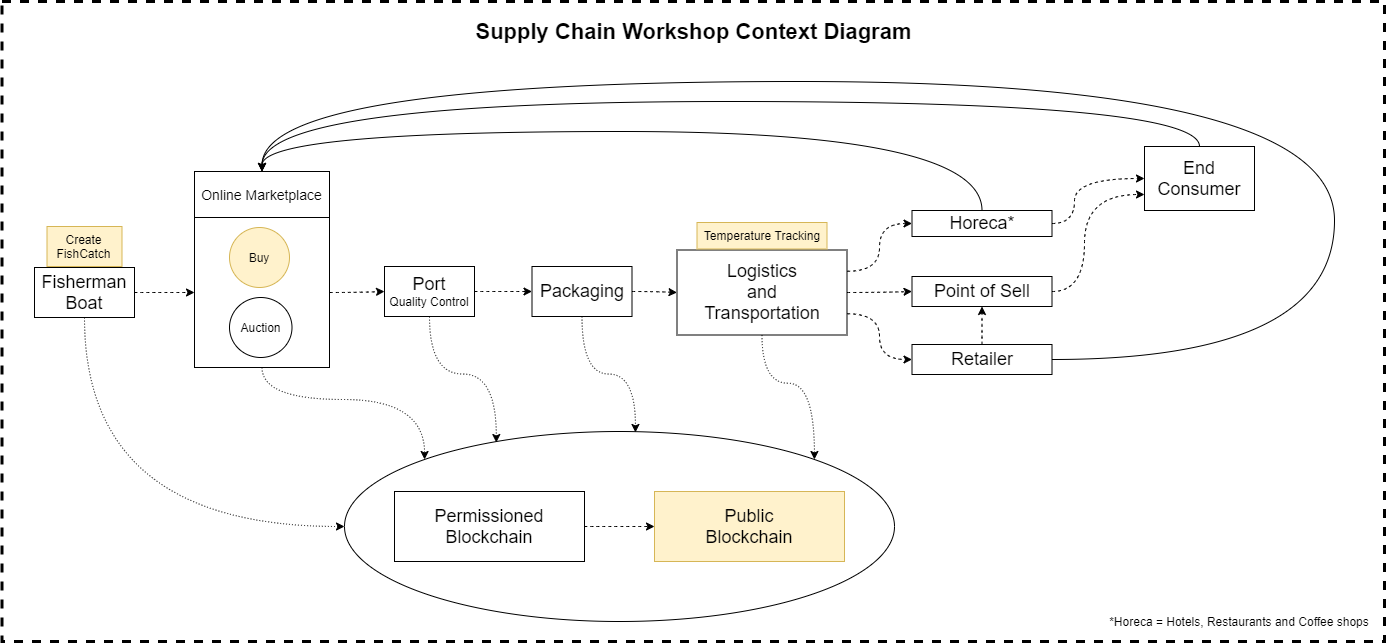
The draw.io diagram docs/SupplyChain Workshop Diagram.png in Bitcliq-Technologies/supplyChainETH-workshop, before a commit. Source tidied: cells renumbered, new cells last; positions are measured from the earlier drawing's top-left corner, leaving out a move shared by most shapes.
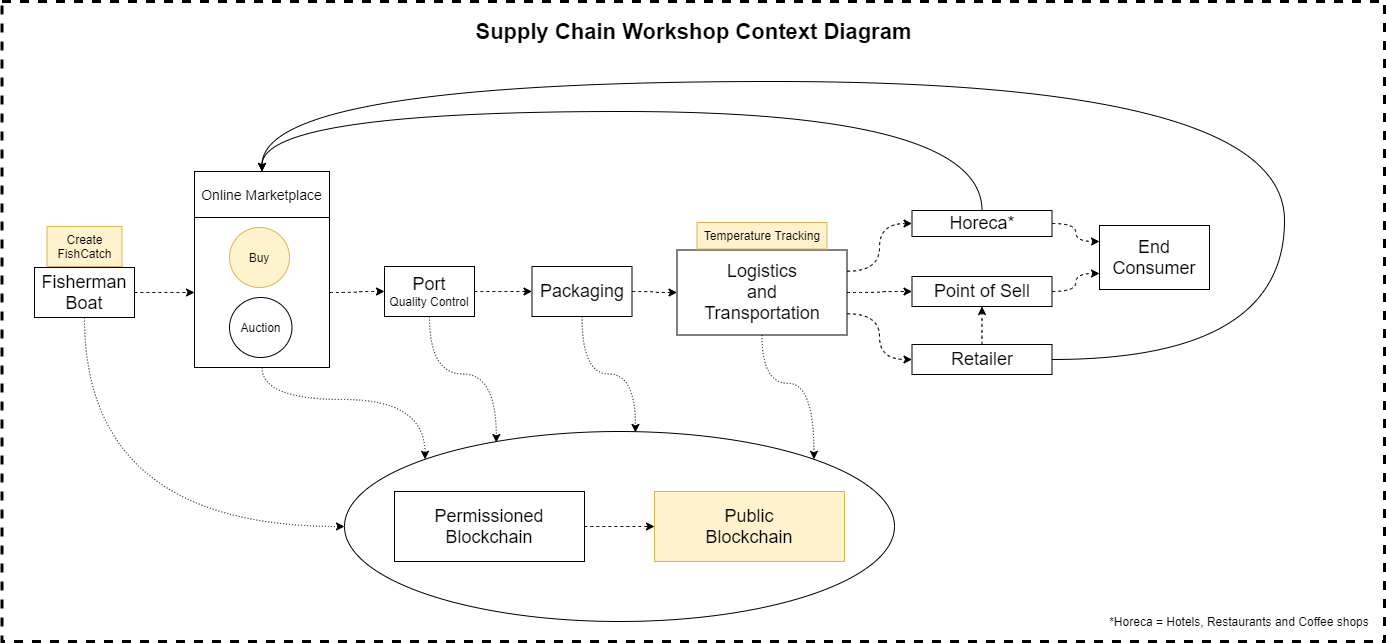
The same diagram one commit later.

Change to the diagram source:
```diff
@@ -65,32 +65,22 @@
     <mxCell id="22" value="&lt;font&gt;&lt;font style=&quot;font-size: 18px&quot;&gt;Logistics&lt;br&gt;and&lt;br&gt;Transportation&lt;/font&gt;&lt;br&gt;&lt;/font&gt;" style="rounded=0;whiteSpace=wrap;html=1;" parent="1" vertex="1">
       <mxGeometry x="674.5" y="248.5" width="170" height="85" as="geometry" />
     </mxCell>
+    <mxCell id="24" style="edgeStyle=orthogonalEdgeStyle;curved=1;rounded=0;jettySize=auto;html=1;exitX=0.5;exitY=0;exitDx=0;exitDy=0;entryX=0.5;entryY=0;entryDx=0;entryDy=0;" parent="1" edge="1" source="25" target="14">
+      <mxGeometry relative="1" as="geometry">
+        <Array as="points">
+          <mxPoint x="980" y="110" />
+          <mxPoint x="260" y="110" />
+        </Array>
+      </mxGeometry>
+    </mxCell>
-    <mxCell id="23" style="edgeStyle=orthogonalEdgeStyle;curved=1;rounded=0;jettySize=auto;html=1;exitX=1;exitY=0.5;exitDx=0;exitDy=0;entryX=0;entryY=0.5;entryDx=0;entryDy=0;dashed=1;" parent="1" edge="1" source="25" target="34">
-      <mxGeometry relative="1" as="geometry">
-        <Array as="points">
-          <mxPoint x="1072" y="222" />
-          <mxPoint x="1072" y="177" />
-        </Array>
-      </mxGeometry>
+    <mxCell id="23" style="edgeStyle=orthogonalEdgeStyle;curved=1;rounded=0;jettySize=auto;html=1;exitX=1;exitY=0.5;exitDx=0;exitDy=0;entryX=0;entryY=0.25;entryDx=0;entryDy=0;dashed=1;" parent="1" edge="1" source="25" target="34">
+      <mxGeometry relative="1" as="geometry" />
     </mxCell>
-    <mxCell id="24" style="edgeStyle=orthogonalEdgeStyle;curved=1;rounded=0;jettySize=auto;html=1;exitX=0.5;exitY=0;exitDx=0;exitDy=0;entryX=0.5;entryY=0;entryDx=0;entryDy=0;" parent="1" edge="1" source="25" target="14">
-      <mxGeometry relative="1" as="geometry">
-        <Array as="points">
-          <mxPoint x="980" y="130" />
-          <mxPoint x="260" y="130" />
-        </Array>
-      </mxGeometry>
-    </mxCell>
     <mxCell id="25" value="&lt;font&gt;&lt;font style=&quot;font-size: 18px&quot;&gt;Horeca*&lt;/font&gt;&lt;br&gt;&lt;/font&gt;" style="rounded=0;whiteSpace=wrap;html=1;" parent="1" vertex="1">
       <mxGeometry x="909.5" y="209" width="140" height="26" as="geometry" />
     </mxCell>
     <mxCell id="26" style="edgeStyle=orthogonalEdgeStyle;curved=1;rounded=0;jettySize=auto;html=1;exitX=1;exitY=0.5;exitDx=0;exitDy=0;entryX=0;entryY=0.75;entryDx=0;entryDy=0;dashed=1;" parent="1" edge="1" source="27" target="34">
-      <mxGeometry relative="1" as="geometry">
-        <Array as="points">
-          <mxPoint x="1082" y="290" />
-          <mxPoint x="1082" y="193" />
-        </Array>
-      </mxGeometry>
+      <mxGeometry relative="1" as="geometry" />
     </mxCell>
     <mxCell id="27" value="&lt;font&gt;&lt;font style=&quot;font-size: 18px&quot;&gt;Point of Sell&lt;/font&gt;&lt;br&gt;&lt;/font&gt;" style="rounded=0;whiteSpace=wrap;html=1;" parent="1" vertex="1">
       <mxGeometry x="909.5" y="275" width="140" height="30" as="geometry" />
@@ -101,8 +91,8 @@
     <mxCell id="29" style="edgeStyle=orthogonalEdgeStyle;curved=1;rounded=0;jettySize=auto;html=1;exitX=1;exitY=0.5;exitDx=0;exitDy=0;entryX=0.5;entryY=0;entryDx=0;entryDy=0;" parent="1" edge="1" source="30" target="14">
       <mxGeometry relative="1" as="geometry">
         <Array as="points">
-          <mxPoint x="1332" y="358" />
-          <mxPoint x="1332" y="80" />
+          <mxPoint x="1282" y="358" />
+          <mxPoint x="1282" y="80" />
           <mxPoint x="260" y="80" />
         </Array>
       </mxGeometry>
@@ -116,16 +106,8 @@
     <mxCell id="32" value="Auction" style="ellipse;whiteSpace=wrap;html=1;" parent="1" vertex="1">
       <mxGeometry x="227" y="296" width="62.5" height="60" as="geometry" />
     </mxCell>
-    <mxCell id="33" style="edgeStyle=orthogonalEdgeStyle;curved=1;rounded=0;jettySize=auto;html=1;exitX=0.5;exitY=0;exitDx=0;exitDy=0;entryX=0.5;entryY=0;entryDx=0;entryDy=0;" parent="1" edge="1" source="34" target="14">
-      <mxGeometry relative="1" as="geometry">
-        <Array as="points">
-          <mxPoint x="1197" y="100" />
-          <mxPoint x="260" y="100" />
-        </Array>
-      </mxGeometry>
-    </mxCell>
     <mxCell id="34" value="&lt;font&gt;&lt;font style=&quot;font-size: 18px&quot;&gt;End Consumer&lt;/font&gt;&lt;br&gt;&lt;/font&gt;" style="rounded=0;whiteSpace=wrap;html=1;" parent="1" vertex="1">
-      <mxGeometry x="1142" y="145" width="110" height="64" as="geometry" />
+      <mxGeometry x="1097" y="224" width="110" height="64" as="geometry" />
     </mxCell>
     <mxCell id="35" value="Temperature Tracking" style="rounded=0;whiteSpace=wrap;html=1;fillColor=#fff2cc;strokeColor=#d6b656;" parent="1" vertex="1">
       <mxGeometry x="694.5" y="221" width="130" height="26.5" as="geometry" />
```
